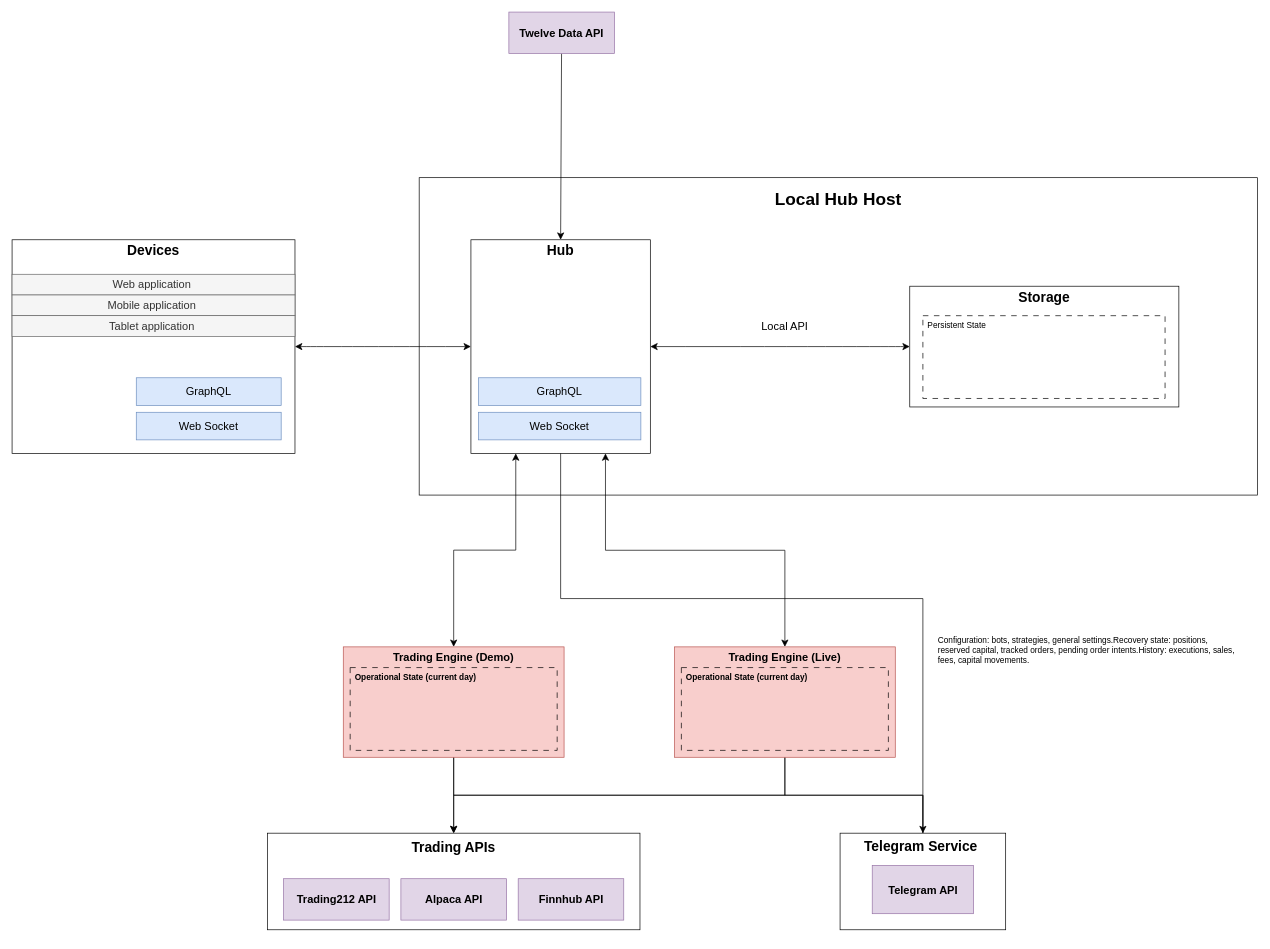
Above: Untitled Diagram.drawio in verevinds/draw (draw.io), before the change. Source tidied: cells renumbered, new cells numbered last; positions are measured from the earlier drawing's top-left corner, leaving out a move shared by most shapes. Both pictures are drawn from the tidied source at 69%, with x=0, y=0 at pixel (12, 12).
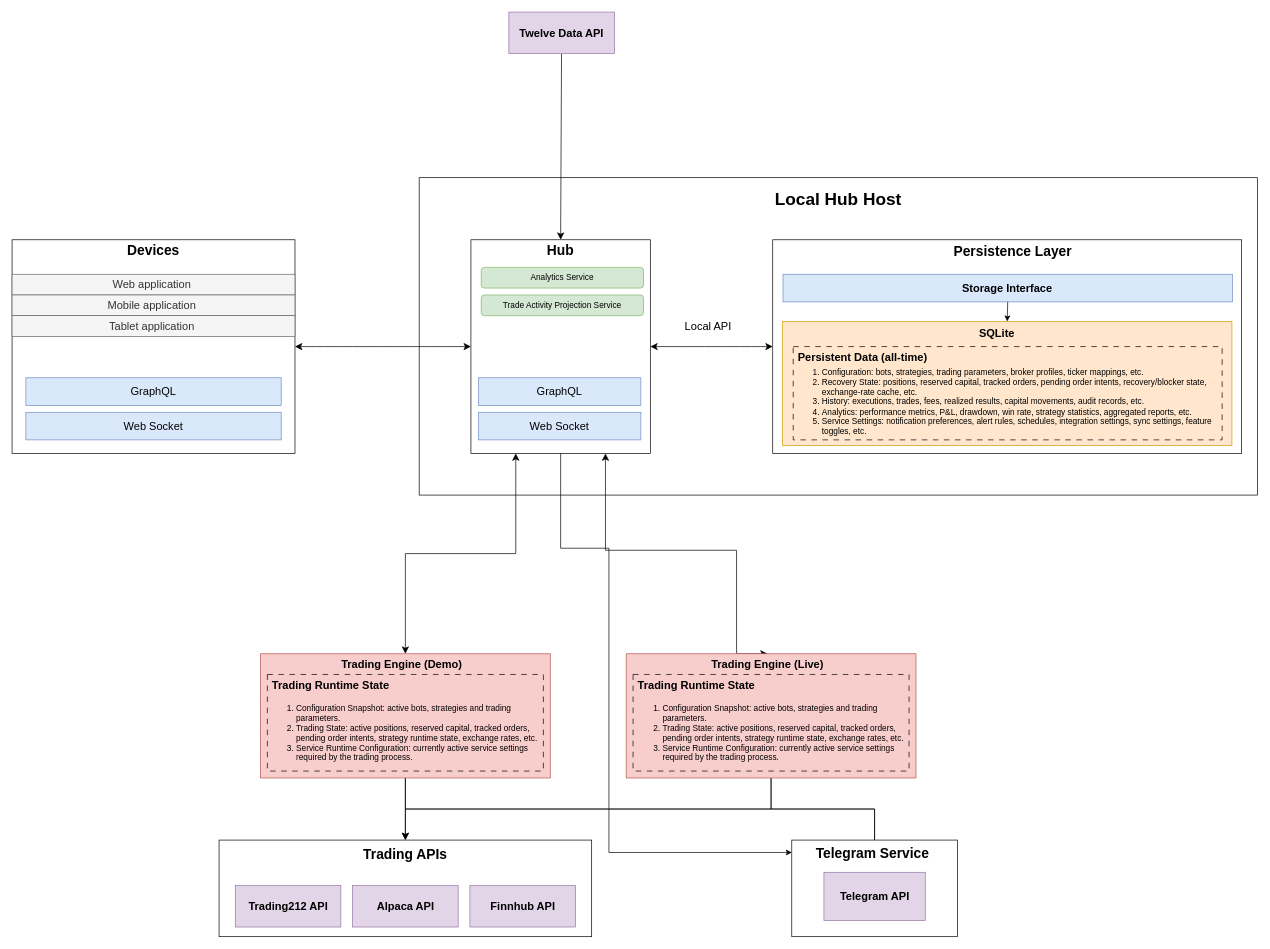
After the change.

Unchanged cells that the change refers to:
```xml
<mxCell id="7" style="group;" parent="6" vertex="1">
  <mxGeometry width="410" height="309.6" as="geometry" />
</mxCell>
<mxCell id="34" value="Telegram Service&amp;nbsp;" style="text;html=1;whiteSpace=wrap;strokeColor=none;fillColor=none;align=center;verticalAlign=middle;rounded=0;fontSize=20;fontStyle=1;" parent="32" vertex="1">
  <mxGeometry width="240" height="35" as="geometry" />
</mxCell>
<mxCell id="42" style="group;" parent="41" vertex="1">
  <mxGeometry width="260" height="309.6" as="geometry" />
</mxCell>
<mxCell id="43" style="rounded=0;whiteSpace=wrap;html=1;rotation=0;" parent="42" vertex="1">
  <mxGeometry width="260" height="309.6" as="geometry" />
</mxCell>
```

The edit, as a diff of the source:
```diff
@@
     <mxCell id="13" value="GraphQL" style="text;html=1;whiteSpace=wrap;strokeColor=#6c8ebf;fillColor=#dae8fc;align=center;verticalAlign=middle;rounded=0;fontSize=16;" parent="7" vertex="1">
-      <mxGeometry x="180" y="200" width="210" height="40" as="geometry" />
+      <mxGeometry x="20" y="200" width="370" height="40" as="geometry" />
     </mxCell>
     <mxCell id="14" value="Web Socket" style="text;html=1;whiteSpace=wrap;strokeColor=#6c8ebf;fillColor=#dae8fc;align=center;verticalAlign=middle;rounded=0;fontSize=16;" parent="7" vertex="1">
-      <mxGeometry x="180" y="250" width="210" height="40" as="geometry" />
+      <mxGeometry x="20" y="250" width="370" height="40" as="geometry" />
     </mxCell>
@@
     <mxCell id="18" style="text;html=1;whiteSpace=wrap;strokeColor=#b85450;fillColor=#f8cecc;align=center;verticalAlign=middle;rounded=0;fontSize=16;" parent="1" vertex="1">
-      <mxGeometry x="480" y="920" width="320" height="160" as="geometry" />
+      <mxGeometry x="360" y="930" width="420" height="180" as="geometry" />
     </mxCell>
-    <mxCell id="19" style="edgeStyle=orthogonalEdgeStyle;rounded=0;jettySize=auto;html=1;fontSize=12;startSize=8;endSize=8;startArrow=classic;startFill=1;entryX=0.75;entryY=1;entryDx=0;entryDy=0;" parent="1" edge="1" source="21" target="43">
-      <mxGeometry x="0.35" relative="1" as="geometry">
+    <mxCell id="19" style="edgeStyle=orthogonalEdgeStyle;rounded=0;jettySize=auto;html=1;fontSize=12;startSize=8;endSize=8;startArrow=classic;startFill=1;entryX=0.75;entryY=1;entryDx=0;entryDy=0;exitX=0.5;exitY=0;exitDx=0;exitDy=0;" parent="1" edge="1" source="49" target="43">
+      <mxGeometry x="0.26" relative="1" as="geometry">
         <Array as="points">
-          <mxPoint x="1120" y="780" />
+          <mxPoint x="1050" y="780" />
           <mxPoint x="860" y="780" />
         </Array>
       </mxGeometry>
     </mxCell>
@@
     <mxCell id="21" style="text;html=1;whiteSpace=wrap;strokeColor=#b85450;fillColor=#f8cecc;align=center;verticalAlign=middle;rounded=0;fontSize=16;" parent="1" vertex="1">
-      <mxGeometry x="960" y="920" width="320" height="160" as="geometry" />
+      <mxGeometry x="890" y="930" width="420" height="180" as="geometry" />
     </mxCell>
@@
     <mxCell id="24" style="group;" parent="1" vertex="1">
-      <mxGeometry x="370" y="1190" width="540" height="140" as="geometry" />
+      <mxGeometry x="300" y="1200" width="540" height="140" as="geometry" />
     </mxCell>
@@
     <mxCell id="32" style="group;" parent="1" vertex="1">
-      <mxGeometry x="1200" y="1190" width="240" height="140" as="geometry" />
+      <mxGeometry x="1130" y="1200" width="240" height="140" as="geometry" />
     </mxCell>
@@
-    <mxCell id="36" style="group;" parent="1" vertex="1">
-      <mxGeometry x="1301" y="397.3" width="390" height="175" as="geometry" />
+    <mxCell id="36" style="group;fontSize=8;" parent="1" vertex="1">
+      <mxGeometry x="1231" y="397.3" width="551" height="242.3" as="geometry" />
     </mxCell>
     <mxCell id="37" style="rounded=0;whiteSpace=wrap;html=1;" parent="36" vertex="1">
-      <mxGeometry width="390" height="175" as="geometry" />
+      <mxGeometry x="-128.6" y="-67.3" width="679.6" height="309.6" as="geometry" />
     </mxCell>
-    <mxCell id="38" value="Storage" style="text;html=1;whiteSpace=wrap;strokeColor=none;fillColor=none;align=center;verticalAlign=middle;rounded=0;fontSize=20;fontStyle=1;" parent="36" vertex="1">
-      <mxGeometry width="390" height="30" as="geometry" />
-    </mxCell>
+    <mxCell id="57" style="whiteSpace=wrap;html=1;fillColor=#ffe6cc;strokeColor=#d79b00;" parent="36" vertex="1">
+      <mxGeometry x="-114.4" y="51" width="651.3" height="180" as="geometry" />
+    </mxCell>
     <mxCell id="39" style="rounded=0;whiteSpace=wrap;html=1;fillColor=none;dashed=1;dashPattern=8 8;" parent="36" vertex="1">
-      <mxGeometry x="19" y="42.7" width="351" height="120" as="geometry" />
+      <mxGeometry x="-98.9" y="87.5" width="621.6" height="135.2" as="geometry" />
     </mxCell>
+    <mxCell id="58" value="&lt;ol&gt;&lt;li&gt;Configuration:&amp;nbsp;bots, strategies, trading parameters, broker profiles, ticker mappings, etc.&lt;br&gt;&lt;/li&gt;&lt;li&gt;Recovery State:&amp;nbsp;positions, reserved capital, tracked orders, pending order intents, recovery/blocker state, exchange-rate cache, etc.&lt;br&gt;&lt;/li&gt;&lt;li&gt;History:&amp;nbsp;executions, trades, fees, realized results, capital movements, audit records, etc.&lt;br&gt;&lt;/li&gt;&lt;li&gt;Analytics:&amp;nbsp;performance metrics, P&amp;amp;L, drawdown, win rate, strategy statistics, aggregated reports, etc.&lt;br&gt;&lt;/li&gt;&lt;li&gt;Service Settings:&amp;nbsp;notification preferences, alert rules, schedules, integration settings, sync settings, feature toggles, etc.&lt;br&gt;&lt;/li&gt;&lt;/ol&gt;" style="text;html=1;whiteSpace=wrap;strokeColor=none;fillColor=none;align=left;verticalAlign=middle;rounded=0;" parent="36" vertex="1">
+      <mxGeometry x="-98.9" y="112.7" width="621.6" height="110" as="geometry" />
+    </mxCell>
+    <mxCell id="59" value="SQLite" style="text;html=1;whiteSpace=wrap;strokeColor=none;fillColor=none;align=center;verticalAlign=middle;rounded=0;fontSize=16;fontStyle=1;" parent="36" vertex="1">
+      <mxGeometry x="154" y="52.7" width="84.8" height="30" as="geometry" />
+    </mxCell>
-    <mxCell id="40" value=" Persistent State" style="text;html=1;whiteSpace=wrap;strokeColor=none;fillColor=none;align=left;verticalAlign=middle;rounded=0;spacingLeft=5;" parent="36" vertex="1">
-      <mxGeometry x="19" y="42.7" width="120" height="30" as="geometry" />
+    <mxCell id="40" value="Persistent Data (all-time)" style="text;html=1;whiteSpace=wrap;strokeColor=none;fillColor=none;align=left;verticalAlign=middle;rounded=0;spacingLeft=5;fontStyle=1;fontSize=16;" parent="36" vertex="1">
+      <mxGeometry x="-98.9" y="87.5" width="221" height="30" as="geometry" />
     </mxCell>
@@
+    <mxCell id="60" value="Analytics Service" style="rounded=1;whiteSpace=wrap;html=1;fillColor=#d5e8d4;strokeColor=#82b366;" parent="42" vertex="1">
+      <mxGeometry x="15" y="40" width="235.1" height="30" as="geometry" />
+    </mxCell>
+    <mxCell id="61" value="Trade Activity Projection Service" style="rounded=1;whiteSpace=wrap;html=1;fillColor=#d5e8d4;strokeColor=#82b366;" parent="42" vertex="1">
+      <mxGeometry x="15" y="80" width="235.1" height="30" as="geometry" />
+    </mxCell>
@@
     <mxCell id="48" value="Local API" style="text;html=1;whiteSpace=wrap;strokeColor=none;fillColor=none;align=center;verticalAlign=middle;rounded=0;fontSize=16;" parent="1" vertex="1">
-      <mxGeometry x="1060" y="440" width="120" height="30" as="geometry" />
+      <mxGeometry x="949" y="440" width="120" height="30" as="geometry" />
     </mxCell>
     <mxCell id="49" value="Trading Engine (Live)" style="text;html=1;whiteSpace=wrap;strokeColor=none;fillColor=none;align=center;verticalAlign=middle;rounded=0;fontSize=16;fontStyle=1;" parent="1" vertex="1">
-      <mxGeometry x="960" y="920" width="320" height="30" as="geometry" />
+      <mxGeometry x="890" y="930" width="410" height="30" as="geometry" />
     </mxCell>
     <mxCell id="50" value="Trading Engine (Demo)" style="text;html=1;whiteSpace=wrap;strokeColor=none;fillColor=none;align=center;verticalAlign=middle;rounded=0;fontSize=16;fontStyle=1;" parent="1" vertex="1">
-      <mxGeometry x="480" y="920" width="320" height="30" as="geometry" />
+      <mxGeometry x="360" y="930" width="410" height="30" as="geometry" />
     </mxCell>
     <mxCell id="51" style="rounded=0;whiteSpace=wrap;html=1;fillColor=none;dashed=1;dashPattern=8 8;" parent="1" vertex="1">
-      <mxGeometry x="970" y="950" width="300" height="120" as="geometry" />
+      <mxGeometry x="900" y="960" width="400" height="140" as="geometry" />
     </mxCell>
     <mxCell id="52" style="rounded=0;whiteSpace=wrap;html=1;fillColor=none;dashed=1;dashPattern=8 8;" parent="1" vertex="1">
-      <mxGeometry x="490" y="950" width="300" height="120" as="geometry" />
+      <mxGeometry x="370" y="960" width="400" height="140" as="geometry" />
     </mxCell>
-    <mxCell id="53" value="Operational State (current day)" style="text;html=1;whiteSpace=wrap;strokeColor=none;fillColor=none;align=left;verticalAlign=middle;rounded=0;fontStyle=1;spacingLeft=5;" parent="1" vertex="1">
-      <mxGeometry x="490" y="950" width="186.2" height="30" as="geometry" />
-    </mxCell>
-    <mxCell id="54" value="Operational State (current day)" style="text;html=1;whiteSpace=wrap;strokeColor=none;fillColor=none;align=left;verticalAlign=middle;rounded=0;fontStyle=1;spacingLeft=5;" parent="1" vertex="1">
-      <mxGeometry x="970" y="950" width="186.2" height="30" as="geometry" />
+    <mxCell id="54" value="Trading Runtime State" style="text;html=1;whiteSpace=wrap;strokeColor=none;fillColor=none;align=left;verticalAlign=middle;rounded=0;spacingLeft=5;fontSize=16;fontStyle=1;" parent="1" vertex="1">
+      <mxGeometry x="900" y="960" width="186.2" height="30" as="geometry" />
     </mxCell>
+    <mxCell id="62" value="&lt;ol&gt;&lt;li&gt;Configuration Snapshot:&amp;nbsp;active bots, strategies and trading parameters.&lt;/li&gt;&lt;li&gt;Trading State:&amp;nbsp;active positions, reserved capital, tracked orders, pending order intents, strategy runtime state, exchange rates, etc.&lt;/li&gt;&lt;li&gt;Service Runtime Configuration:&amp;nbsp;currently active service settings required by the trading process.&lt;br&gt;&lt;/li&gt;&lt;/ol&gt;" style="text;html=1;whiteSpace=wrap;strokeColor=none;fillColor=none;align=left;verticalAlign=middle;rounded=0;" parent="1" vertex="1">
+      <mxGeometry x="370" y="990" width="400" height="110" as="geometry" />
+    </mxCell>
-    <mxCell id="55" style="edgeStyle=orthogonalEdgeStyle;rounded=0;jettySize=auto;html=1;entryX=0.5;entryY=0;entryDx=0;entryDy=0;fontSize=12;startSize=8;endSize=8;" parent="1" edge="1" source="43" target="34">
-      <mxGeometry x="-0.02" relative="1" as="geometry">
+    <mxCell id="55" style="edgeStyle=orthogonalEdgeStyle;rounded=0;jettySize=auto;html=1;exitX=0.5;exitY=1;exitDx=0;exitDy=0;libavoidRouting=1;" parent="1" edge="1" source="43" target="34">
+      <mxGeometry relative="1" as="geometry">
         <Array as="points">
-          <mxPoint x="795" y="850" />
-          <mxPoint x="1320" y="850" />
+          <mxPoint x="795" y="777" />
+          <mxPoint x="865" y="777" />
+          <mxPoint x="865" y="1218" />
         </Array>
       </mxGeometry>
     </mxCell>
-    <mxCell id="56" value="Configuration:&amp;nbsp;bots, strategies, general settings.Recovery state:&amp;nbsp;positions, reserved capital, tracked orders, pending order intents.History:&amp;nbsp;executions, sales, fees, capital movements." style="text;html=1;whiteSpace=wrap;strokeColor=none;fillColor=none;align=left;verticalAlign=middle;rounded=0;" parent="1" vertex="1">
-      <mxGeometry x="1340" y="860" width="440" height="130" as="geometry" />
-    </mxCell>
+    <mxCell id="38" value="Persistence Layer" style="text;html=1;whiteSpace=wrap;strokeColor=none;fillColor=none;align=center;verticalAlign=middle;rounded=0;fontSize=20;fontStyle=1;" parent="1" vertex="1">
+      <mxGeometry x="1209.5" y="331" width="481" height="30" as="geometry" />
+    </mxCell>
+    <mxCell id="63" value="&lt;ol&gt;&lt;li&gt;Configuration Snapshot:&amp;nbsp;active bots, strategies and trading parameters.&lt;/li&gt;&lt;li&gt;Trading State:&amp;nbsp;active positions, reserved capital, tracked orders, pending order intents, strategy runtime state, exchange rates, etc.&lt;/li&gt;&lt;li&gt;Service Runtime Configuration:&amp;nbsp;currently active service settings required by the trading process.&lt;br&gt;&lt;/li&gt;&lt;/ol&gt;" style="text;html=1;whiteSpace=wrap;strokeColor=none;fillColor=none;align=left;verticalAlign=middle;rounded=0;" parent="1" vertex="1">
+      <mxGeometry x="901.3" y="990" width="400" height="110" as="geometry" />
+    </mxCell>
+    <mxCell id="64" value="Trading Runtime State" style="text;html=1;whiteSpace=wrap;strokeColor=none;fillColor=none;align=left;verticalAlign=middle;rounded=0;spacingLeft=5;fontSize=16;fontStyle=1;" parent="1" vertex="1">
+      <mxGeometry x="370" y="960" width="186.2" height="30" as="geometry" />
+    </mxCell>
+    <mxCell id="65" value=" Storage Interface" style="text;html=1;whiteSpace=wrap;strokeColor=#6c8ebf;fillColor=#dae8fc;align=center;verticalAlign=middle;rounded=0;fontSize=16;fontStyle=1;" parent="1" vertex="1">
+      <mxGeometry x="1117.3" y="380" width="651.3" height="40" as="geometry" />
+    </mxCell>
+    <mxCell id="66" style="rounded=0;jettySize=auto;html=1;exitX=0.5;exitY=1;exitDx=0;exitDy=0;entryX=0.5;entryY=0;entryDx=0;entryDy=0;" parent="1" edge="1" source="65" target="57">
+      <mxGeometry relative="1" as="geometry" />
+    </mxCell>
```
